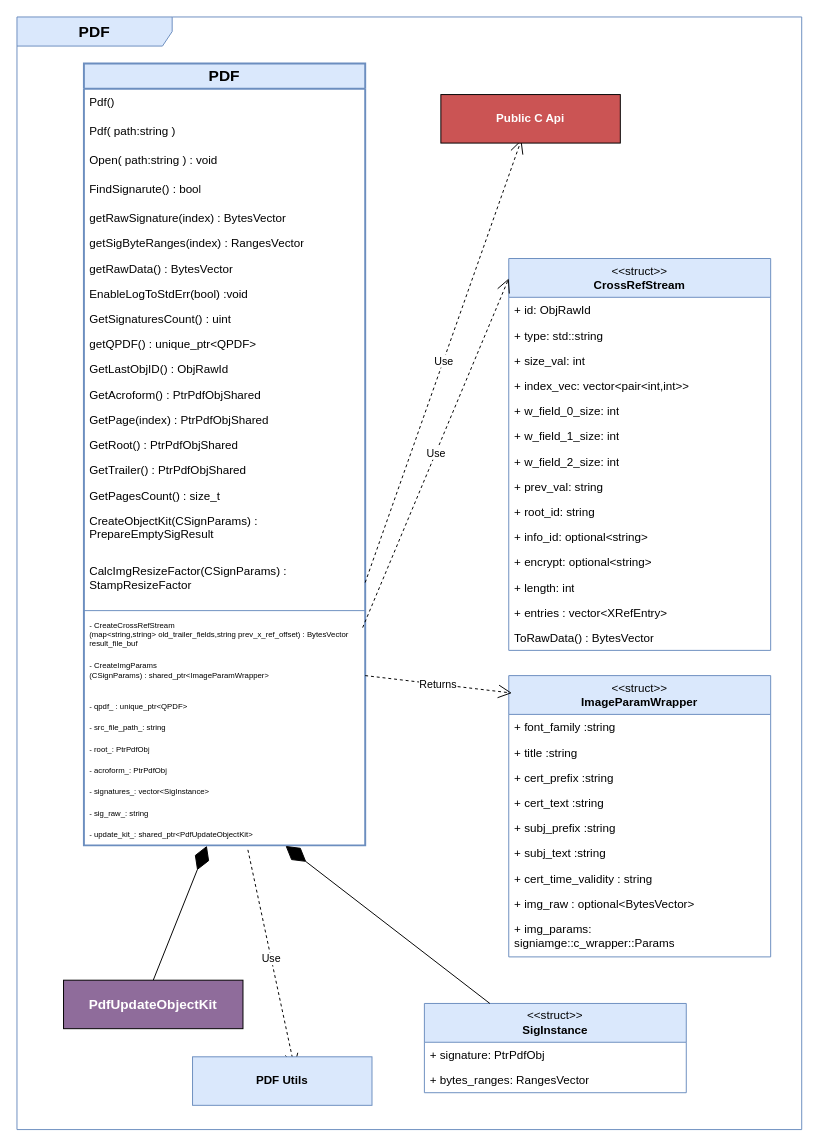
3036662/pdf_scp keeps this draw.io diagram as page "PDF" (12 of 17) of basic_struct_draft.drawio. Above is the earlier version. Source tidied: cells renumbered, new cells numbered last; positions are measured from the earlier drawing's top-left corner, leaving out a move shared by most shapes. Both pictures are drawn from the tidied source at 97%, with x=0, y=0 at pixel (16, 16).
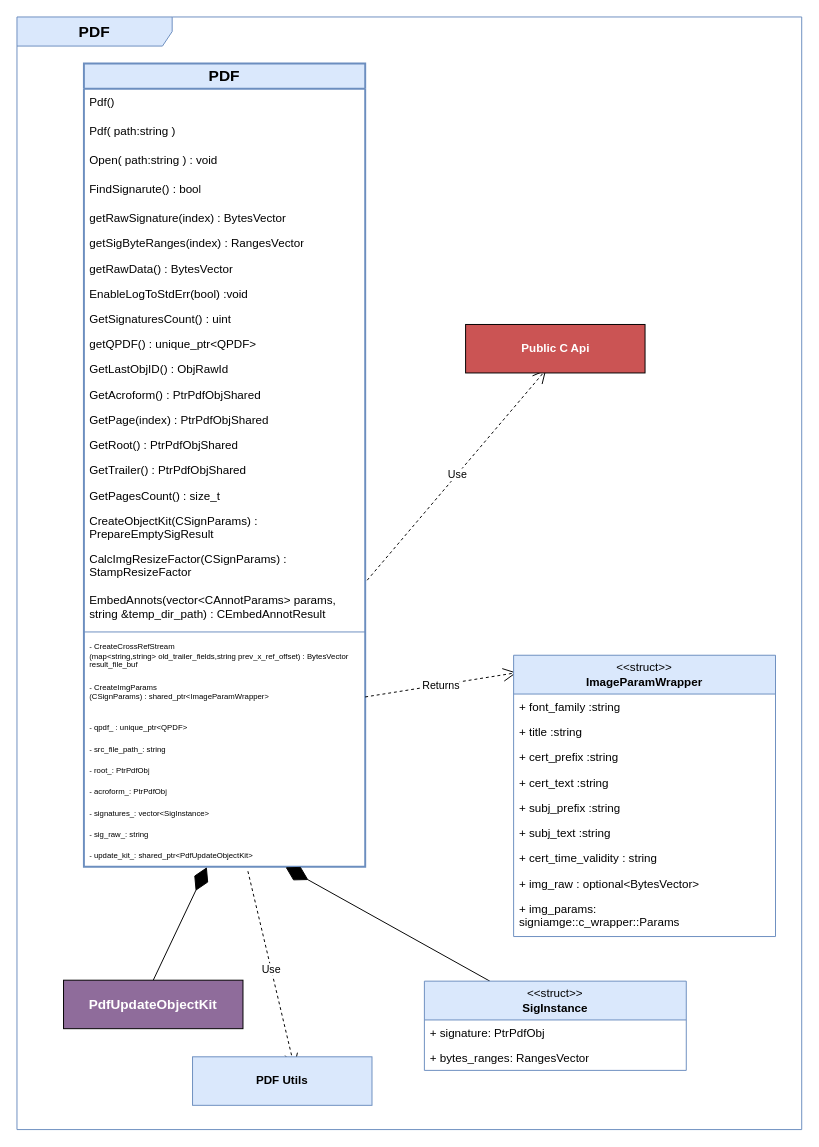
After the change.

Diff of the diagram source:
```diff
@@
     <mxCell id="2" value="&lt;span&gt;PDF&lt;/span&gt;" style="swimlane;fontStyle=1;horizontal=1;startSize=26;fillColor=#dae8fc;whiteSpace=wrap;html=1;strokeColor=#6c8ebf;strokeWidth=2;fontSize=16;" parent="1" vertex="1">
-      <mxGeometry x="69" y="48" width="290" height="806" as="geometry" />
+      <mxGeometry x="69" y="48" width="290" height="828" as="geometry" />
     </mxCell>
@@
     <mxCell id="19" value="CreateObjectKit(CSignParams) : PrepareEmptySigResult" style="text;strokeColor=none;fillColor=none;align=left;verticalAlign=top;spacingLeft=4;spacingRight=4;overflow=hidden;whiteSpace=wrap;html=1;" parent="2" vertex="1">
-      <mxGeometry y="458" width="290" height="52" as="geometry" />
+      <mxGeometry y="458" width="290" height="39" as="geometry" />
     </mxCell>
     <mxCell id="20" value="CalcImgResizeFactor(CSignParams) : StampResizeFactor" style="text;strokeColor=none;fillColor=none;align=left;verticalAlign=top;spacingLeft=4;spacingRight=4;overflow=hidden;points=[[0,0.5],[1,0.5]];portConstraint=eastwest;whiteSpace=wrap;html=1;" parent="2" vertex="1">
-      <mxGeometry y="510" width="290" height="50" as="geometry" />
+      <mxGeometry y="497" width="290" height="43" as="geometry" />
     </mxCell>
+    <mxCell id="69" value="EmbedAnnots(vector&amp;lt;CAnnotParams&amp;gt; params, string &amp;amp;temp_dir_path) : CEmbedAnnotResult" style="text;strokeColor=none;fillColor=none;align=left;verticalAlign=top;spacingLeft=4;spacingRight=4;overflow=hidden;whiteSpace=wrap;html=1;" parent="2" vertex="1">
+      <mxGeometry y="540" width="290" height="42" as="geometry" />
+    </mxCell>
     <mxCell id="21" style="line;strokeWidth=1;fillColor=none;align=left;verticalAlign=middle;spacingTop=-1;spacingLeft=3;spacingRight=3;labelPosition=right;strokeColor=inherit;" parent="2" vertex="1">
-      <mxGeometry y="560" width="290" height="8" as="geometry" />
+      <mxGeometry y="582" width="290" height="8" as="geometry" />
     </mxCell>
     <mxCell id="22" value="- CreateCrossRefStream&lt;br&gt; (map&amp;lt;string,string&amp;gt; old_trailer_fields,string prev_x_ref_offset) : BytesVector result_file_buf" style="text;strokeColor=none;fillColor=none;align=left;verticalAlign=top;spacingLeft=4;spacingRight=4;overflow=hidden;points=[[0,0.5],[1,0.5]];portConstraint=eastwest;whiteSpace=wrap;html=1;fontSize=8;" parent="2" vertex="1">
-      <mxGeometry y="568" width="290" height="42" as="geometry" />
+      <mxGeometry y="590" width="290" height="42" as="geometry" />
     </mxCell>
     <mxCell id="23" value="- CreateImgParams&lt;br&gt; (CSignParams) : shared_ptr&amp;lt;ImageParamWrapper&amp;gt;" style="text;strokeColor=none;fillColor=none;align=left;verticalAlign=top;spacingLeft=4;spacingRight=4;overflow=hidden;points=[[0,0.5],[1,0.5]];portConstraint=eastwest;whiteSpace=wrap;html=1;fontSize=8;" parent="2" vertex="1">
-      <mxGeometry y="610" width="290" height="42" as="geometry" />
+      <mxGeometry y="632" width="290" height="42" as="geometry" />
     </mxCell>
     <mxCell id="24" value="&lt;div&gt;- qpdf_ : unique_ptr&amp;lt;QPDF&amp;gt;&lt;/div&gt;" style="text;strokeColor=none;fillColor=none;align=left;verticalAlign=top;spacingLeft=4;spacingRight=4;overflow=hidden;whiteSpace=wrap;html=1;fontSize=8;" parent="2" vertex="1">
-      <mxGeometry y="652" width="290" height="22" as="geometry" />
+      <mxGeometry y="674" width="290" height="22" as="geometry" />
     </mxCell>
     <mxCell id="25" value="&lt;div&gt;- src_file_path_: string&lt;/div&gt;" style="text;strokeColor=none;fillColor=none;align=left;verticalAlign=top;spacingLeft=4;spacingRight=4;overflow=hidden;whiteSpace=wrap;html=1;fontSize=8;" parent="2" vertex="1">
-      <mxGeometry y="674" width="290" height="22" as="geometry" />
+      <mxGeometry y="696" width="290" height="22" as="geometry" />
     </mxCell>
     <mxCell id="26" value="&lt;div&gt;- root_: PtrPdfObj&lt;/div&gt;" style="text;strokeColor=none;fillColor=none;align=left;verticalAlign=top;spacingLeft=4;spacingRight=4;overflow=hidden;whiteSpace=wrap;html=1;fontSize=8;" parent="2" vertex="1">
-      <mxGeometry y="696" width="290" height="22" as="geometry" />
+      <mxGeometry y="718" width="290" height="22" as="geometry" />
     </mxCell>
     <mxCell id="27" value="&lt;div&gt;- acroform_: PtrPdfObj&lt;/div&gt;" style="text;strokeColor=none;fillColor=none;align=left;verticalAlign=top;spacingLeft=4;spacingRight=4;overflow=hidden;whiteSpace=wrap;html=1;fontSize=8;" parent="2" vertex="1">
-      <mxGeometry y="718" width="290" height="22" as="geometry" />
+      <mxGeometry y="740" width="290" height="22" as="geometry" />
     </mxCell>
     <mxCell id="28" value="&lt;div&gt;- signatures_: vector&amp;lt;SigInstance&amp;gt;&lt;/div&gt;" style="text;strokeColor=none;fillColor=none;align=left;verticalAlign=top;spacingLeft=4;spacingRight=4;overflow=hidden;whiteSpace=wrap;html=1;fontSize=8;" parent="2" vertex="1">
-      <mxGeometry y="740" width="290" height="22" as="geometry" />
+      <mxGeometry y="762" width="290" height="22" as="geometry" />
     </mxCell>
     <mxCell id="29" value="&lt;div&gt;- sig_raw_: string&lt;/div&gt;" style="text;strokeColor=none;fillColor=none;align=left;verticalAlign=top;spacingLeft=4;spacingRight=4;overflow=hidden;whiteSpace=wrap;html=1;fontSize=8;" parent="2" vertex="1">
-      <mxGeometry y="762" width="290" height="22" as="geometry" />
+      <mxGeometry y="784" width="290" height="22" as="geometry" />
     </mxCell>
     <mxCell id="30" value="&lt;div&gt;- update_kit_: shared_ptr&amp;lt;PdfUpdateObjectKit&amp;gt;&lt;/div&gt;" style="text;strokeColor=none;fillColor=none;align=left;verticalAlign=top;spacingLeft=4;spacingRight=4;overflow=hidden;points=[[0,0.5],[1,0.5]];portConstraint=eastwest;whiteSpace=wrap;html=1;fontSize=8;" parent="2" vertex="1">
-      <mxGeometry y="784" width="290" height="22" as="geometry" />
+      <mxGeometry y="806" width="290" height="22" as="geometry" />
     </mxCell>
+    <mxCell id="59" style="endArrow=diamondThin;endFill=1;endSize=24;html=1;rounded=0;exitX=0.25;exitY=0;exitDx=0;exitDy=0;entryX=0.717;entryY=1.027;entryDx=0;entryDy=0;entryPerimeter=0;" parent="1" edge="1" source="56" target="30">
+      <mxGeometry relative="1" as="geometry" />
+    </mxCell>
+    <mxCell id="60" style="endArrow=diamondThin;endFill=1;endSize=24;html=1;rounded=0;entryX=0.437;entryY=1.024;entryDx=0;entryDy=0;entryPerimeter=0;exitX=0.5;exitY=0;exitDx=0;exitDy=0;" parent="1" edge="1" source="65" target="30">
+      <mxGeometry relative="1" as="geometry" />
+    </mxCell>
+    <mxCell id="62" value="Returns" style="endArrow=open;endSize=12;dashed=1;html=1;rounded=0;exitX=1;exitY=0.5;exitDx=0;exitDy=0;entryX=0.012;entryY=0.062;entryDx=0;entryDy=0;entryPerimeter=0;" parent="1" edge="1" source="23" target="31">
+      <mxGeometry relative="1" as="geometry" />
+    </mxCell>
+    <mxCell id="63" value="Use" style="endArrow=open;endSize=12;dashed=1;html=1;rounded=0;exitX=1.007;exitY=0.83;exitDx=0;exitDy=0;entryX=0.449;entryY=0.929;entryDx=0;entryDy=0;entryPerimeter=0;exitPerimeter=0;" parent="1" edge="1" source="20" target="66">
+      <mxGeometry relative="1" as="geometry" />
+    </mxCell>
+    <mxCell id="64" value="Use" style="endArrow=open;endSize=12;dashed=1;html=1;rounded=0;exitX=0.583;exitY=1.212;exitDx=0;exitDy=0;exitPerimeter=0;entryX=0.568;entryY=0.22;entryDx=0;entryDy=0;entryPerimeter=0;" parent="1" edge="1" source="30" target="67">
+      <mxGeometry relative="1" as="geometry" />
+    </mxCell>
+    <mxCell id="65" value="&lt;b&gt;&lt;span style=&quot;color: rgb(255, 255, 255);&quot;&gt;&lt;font style=&quot;font-size: 14px;&quot;&gt;PdfUpdateObjectKit&lt;/font&gt;&lt;/span&gt;&lt;/b&gt;" style="html=1;whiteSpace=wrap;fillColor=#8F6C9B;" parent="1" vertex="1">
+      <mxGeometry x="48" y="993" width="185" height="50" as="geometry" />
+    </mxCell>
+    <mxCell id="67" value="&lt;b&gt;PDF Utils&lt;/b&gt;" style="html=1;whiteSpace=wrap;fillColor=#dae8fc;strokeColor=#6c8ebf;" parent="1" vertex="1">
+      <mxGeometry x="181" y="1072" width="185" height="50" as="geometry" />
+    </mxCell>
+    <mxCell id="68" value="&lt;b&gt;&lt;font style=&quot;font-size: 16px;&quot;&gt;PDF&lt;/font&gt;&lt;/b&gt;" style="shape=umlFrame;whiteSpace=wrap;html=1;width=160;fillColor=#dae8fc;strokeColor=#6c8ebf;" parent="1" vertex="1">
+      <mxGeometry width="809" height="1147" as="geometry" />
+    </mxCell>
+    <mxCell id="66" value="&lt;b&gt;Public C Api&lt;/b&gt;" style="html=1;whiteSpace=wrap;fillColor=#CB5454;fontColor=#FFFFFF;" parent="68" vertex="1">
+      <mxGeometry x="462.5" y="317" width="185" height="50" as="geometry" />
+    </mxCell>
-    <mxCell id="31" value="&lt;div&gt;&amp;lt;&amp;lt;struct&amp;gt;&amp;gt;&lt;b&gt;&lt;br&gt;&lt;/b&gt;&lt;/div&gt;&lt;div&gt;&lt;b&gt;ImageParamWrapper&lt;/b&gt;&lt;/div&gt;" style="swimlane;fontStyle=0;horizontal=1;startSize=40;fillColor=#dae8fc;whiteSpace=wrap;html=1;strokeColor=#6c8ebf;" parent="1" vertex="1">
-      <mxGeometry x="507" y="679" width="270" height="290" as="geometry" />
+    <mxCell id="31" value="&lt;div&gt;&amp;lt;&amp;lt;struct&amp;gt;&amp;gt;&lt;b&gt;&lt;br&gt;&lt;/b&gt;&lt;/div&gt;&lt;div&gt;&lt;b&gt;ImageParamWrapper&lt;/b&gt;&lt;/div&gt;" style="swimlane;fontStyle=0;horizontal=1;startSize=40;fillColor=#dae8fc;whiteSpace=wrap;html=1;strokeColor=#6c8ebf;" parent="68" vertex="1">
+      <mxGeometry x="512" y="658" width="270" height="290" as="geometry" />
     </mxCell>
@@
-    <mxCell id="41" value="&amp;lt;&amp;lt;struct&amp;gt;&amp;gt;&lt;b&gt;&lt;br&gt;CrossRefStream&lt;/b&gt;" style="swimlane;fontStyle=0;horizontal=1;startSize=40;fillColor=#dae8fc;whiteSpace=wrap;html=1;strokeColor=#6c8ebf;" parent="1" vertex="1">
-      <mxGeometry x="507" y="249" width="270" height="404" as="geometry" />
-    </mxCell>
-    <mxCell id="42" value="+ id: ObjRawId" style="text;strokeColor=none;fillColor=none;align=left;verticalAlign=top;spacingLeft=4;spacingRight=4;overflow=hidden;whiteSpace=wrap;html=1;" parent="41" vertex="1">
-      <mxGeometry y="40" width="270" height="26" as="geometry" />
-    </mxCell>
-    <mxCell id="43" value="+ type: std::string" style="text;strokeColor=none;fillColor=none;align=left;verticalAlign=top;spacingLeft=4;spacingRight=4;overflow=hidden;whiteSpace=wrap;html=1;" parent="41" vertex="1">
-      <mxGeometry y="66" width="270" height="26" as="geometry" />
-    </mxCell>
-    <mxCell id="44" value="+ size_val: int" style="text;strokeColor=none;fillColor=none;align=left;verticalAlign=top;spacingLeft=4;spacingRight=4;overflow=hidden;whiteSpace=wrap;html=1;" parent="41" vertex="1">
-      <mxGeometry y="92" width="270" height="26" as="geometry" />
-    </mxCell>
-    <mxCell id="45" value="+ index_vec: vector&amp;lt;pair&amp;lt;int,int&amp;gt;&amp;gt;" style="text;strokeColor=none;fillColor=none;align=left;verticalAlign=top;spacingLeft=4;spacingRight=4;overflow=hidden;whiteSpace=wrap;html=1;" parent="41" vertex="1">
-      <mxGeometry y="118" width="270" height="26" as="geometry" />
-    </mxCell>
-    <mxCell id="46" value="+ w_field_0_size: int" style="text;strokeColor=none;fillColor=none;align=left;verticalAlign=top;spacingLeft=4;spacingRight=4;overflow=hidden;whiteSpace=wrap;html=1;" parent="41" vertex="1">
-      <mxGeometry y="144" width="270" height="26" as="geometry" />
-    </mxCell>
-    <mxCell id="47" value="+ w_field_1_size: int" style="text;strokeColor=none;fillColor=none;align=left;verticalAlign=top;spacingLeft=4;spacingRight=4;overflow=hidden;whiteSpace=wrap;html=1;" parent="41" vertex="1">
-      <mxGeometry y="170" width="270" height="26" as="geometry" />
-    </mxCell>
-    <mxCell id="48" value="+ w_field_2_size: int" style="text;strokeColor=none;fillColor=none;align=left;verticalAlign=top;spacingLeft=4;spacingRight=4;overflow=hidden;whiteSpace=wrap;html=1;" parent="41" vertex="1">
-      <mxGeometry y="196" width="270" height="26" as="geometry" />
-    </mxCell>
-    <mxCell id="49" value="+ prev_val: string" style="text;strokeColor=none;fillColor=none;align=left;verticalAlign=top;spacingLeft=4;spacingRight=4;overflow=hidden;whiteSpace=wrap;html=1;" parent="41" vertex="1">
-      <mxGeometry y="222" width="270" height="26" as="geometry" />
-    </mxCell>
-    <mxCell id="50" value="+ root_id: string" style="text;strokeColor=none;fillColor=none;align=left;verticalAlign=top;spacingLeft=4;spacingRight=4;overflow=hidden;whiteSpace=wrap;html=1;" parent="41" vertex="1">
-      <mxGeometry y="248" width="270" height="26" as="geometry" />
-    </mxCell>
-    <mxCell id="51" value="+ info_id: optional&amp;lt;string&amp;gt;" style="text;strokeColor=none;fillColor=none;align=left;verticalAlign=top;spacingLeft=4;spacingRight=4;overflow=hidden;whiteSpace=wrap;html=1;" parent="41" vertex="1">
-      <mxGeometry y="274" width="270" height="26" as="geometry" />
-    </mxCell>
-    <mxCell id="52" value="+ encrypt: optional&amp;lt;string&amp;gt;" style="text;strokeColor=none;fillColor=none;align=left;verticalAlign=top;spacingLeft=4;spacingRight=4;overflow=hidden;whiteSpace=wrap;html=1;" parent="41" vertex="1">
-      <mxGeometry y="300" width="270" height="26" as="geometry" />
-    </mxCell>
-    <mxCell id="53" value="+ length: int" style="text;strokeColor=none;fillColor=none;align=left;verticalAlign=top;spacingLeft=4;spacingRight=4;overflow=hidden;whiteSpace=wrap;html=1;" parent="41" vertex="1">
-      <mxGeometry y="326" width="270" height="26" as="geometry" />
-    </mxCell>
-    <mxCell id="54" value="+ entries : vector&amp;lt;XRefEntry&amp;gt;" style="text;strokeColor=none;fillColor=none;align=left;verticalAlign=top;spacingLeft=4;spacingRight=4;overflow=hidden;whiteSpace=wrap;html=1;" parent="41" vertex="1">
-      <mxGeometry y="352" width="270" height="26" as="geometry" />
-    </mxCell>
-    <mxCell id="55" value="ToRawData() : BytesVector" style="text;strokeColor=none;fillColor=none;align=left;verticalAlign=top;spacingLeft=4;spacingRight=4;overflow=hidden;whiteSpace=wrap;html=1;" parent="41" vertex="1">
-      <mxGeometry y="378" width="270" height="26" as="geometry" />
-    </mxCell>
-    <mxCell id="56" value="&lt;div&gt;&amp;lt;&amp;lt;struct&amp;gt;&amp;gt;&lt;b&gt;&lt;br&gt;&lt;/b&gt;&lt;/div&gt;&lt;div&gt;&lt;b&gt;SigInstance&lt;/b&gt;&lt;/div&gt;" style="swimlane;fontStyle=0;horizontal=1;startSize=40;fillColor=#dae8fc;whiteSpace=wrap;html=1;strokeColor=#6c8ebf;" parent="1" vertex="1">
-      <mxGeometry x="420" y="1017" width="270" height="92" as="geometry" />
+    <mxCell id="56" value="&lt;div&gt;&amp;lt;&amp;lt;struct&amp;gt;&amp;gt;&lt;b&gt;&lt;br&gt;&lt;/b&gt;&lt;/div&gt;&lt;div&gt;&lt;b&gt;SigInstance&lt;/b&gt;&lt;/div&gt;" style="swimlane;fontStyle=0;horizontal=1;startSize=40;fillColor=#dae8fc;whiteSpace=wrap;html=1;strokeColor=#6c8ebf;" parent="68" vertex="1">
+      <mxGeometry x="420" y="994" width="270" height="92" as="geometry" />
     </mxCell>
@@
-    <mxCell id="59" style="endArrow=diamondThin;endFill=1;endSize=24;html=1;rounded=0;exitX=0.25;exitY=0;exitDx=0;exitDy=0;entryX=0.717;entryY=1.027;entryDx=0;entryDy=0;entryPerimeter=0;" parent="1" edge="1" source="56" target="30">
-      <mxGeometry relative="1" as="geometry" />
-    </mxCell>
-    <mxCell id="60" style="endArrow=diamondThin;endFill=1;endSize=24;html=1;rounded=0;entryX=0.437;entryY=1.024;entryDx=0;entryDy=0;entryPerimeter=0;exitX=0.5;exitY=0;exitDx=0;exitDy=0;" parent="1" edge="1" source="65" target="30">
-      <mxGeometry relative="1" as="geometry" />
-    </mxCell>
-    <mxCell id="61" value="Use" style="endArrow=open;endSize=12;dashed=1;html=1;rounded=0;entryX=0;entryY=0.051;entryDx=0;entryDy=0;entryPerimeter=0;exitX=0.991;exitY=0.321;exitDx=0;exitDy=0;exitPerimeter=0;" parent="1" edge="1" source="22" target="41">
-      <mxGeometry relative="1" as="geometry" />
-    </mxCell>
-    <mxCell id="62" value="Returns" style="endArrow=open;endSize=12;dashed=1;html=1;rounded=0;exitX=1;exitY=0.5;exitDx=0;exitDy=0;entryX=0.012;entryY=0.062;entryDx=0;entryDy=0;entryPerimeter=0;" parent="1" edge="1" source="23" target="31">
-      <mxGeometry relative="1" as="geometry" />
-    </mxCell>
-    <mxCell id="63" value="Use" style="endArrow=open;endSize=12;dashed=1;html=1;rounded=0;exitX=1;exitY=0.5;exitDx=0;exitDy=0;entryX=0.449;entryY=0.929;entryDx=0;entryDy=0;entryPerimeter=0;" parent="1" edge="1" source="20" target="66">
-      <mxGeometry relative="1" as="geometry" />
-    </mxCell>
-    <mxCell id="64" value="Use" style="endArrow=open;endSize=12;dashed=1;html=1;rounded=0;exitX=0.583;exitY=1.212;exitDx=0;exitDy=0;exitPerimeter=0;entryX=0.568;entryY=0.22;entryDx=0;entryDy=0;entryPerimeter=0;" parent="1" edge="1" source="30" target="67">
-      <mxGeometry relative="1" as="geometry" />
-    </mxCell>
-    <mxCell id="65" value="&lt;b&gt;&lt;span style=&quot;color: rgb(255, 255, 255);&quot;&gt;&lt;font style=&quot;font-size: 14px;&quot;&gt;PdfUpdateObjectKit&lt;/font&gt;&lt;/span&gt;&lt;/b&gt;" style="html=1;whiteSpace=wrap;fillColor=#8F6C9B;" parent="1" vertex="1">
-      <mxGeometry x="48" y="993" width="185" height="50" as="geometry" />
-    </mxCell>
-    <mxCell id="66" value="&lt;b&gt;Public C Api&lt;/b&gt;" style="html=1;whiteSpace=wrap;fillColor=#CB5454;fontColor=#FFFFFF;" parent="1" vertex="1">
-      <mxGeometry x="437" y="80" width="185" height="50" as="geometry" />
-    </mxCell>
-    <mxCell id="67" value="&lt;b&gt;PDF Utils&lt;/b&gt;" style="html=1;whiteSpace=wrap;fillColor=#dae8fc;strokeColor=#6c8ebf;" parent="1" vertex="1">
-      <mxGeometry x="181" y="1072" width="185" height="50" as="geometry" />
-    </mxCell>
-    <mxCell id="68" value="&lt;b&gt;&lt;font style=&quot;font-size: 16px;&quot;&gt;PDF&lt;/font&gt;&lt;/b&gt;" style="shape=umlFrame;whiteSpace=wrap;html=1;width=160;fillColor=#dae8fc;strokeColor=#6c8ebf;" parent="1" vertex="1">
-      <mxGeometry width="809" height="1147" as="geometry" />
-    </mxCell>
```
